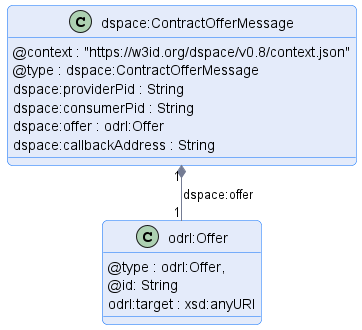
This is negotiation/message/diagram/contract-offer-message.png from International-Data-Spaces-Association/ids-specification, a PlantUML export, as it was before one commit.
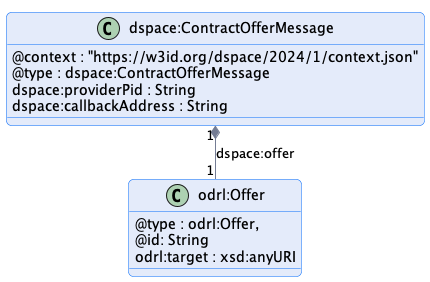
Above is the later version.

Change to the diagram source:
```diff
@@ -7,11 +7,9 @@
 
 
 class "dspace:ContractOfferMessage" {
-    @context : "https://w3id.org/dspace/v0.8/context.json"
+    @context : "https://w3id.org/dspace/2024/1/context.json"
     @type : dspace:ContractOfferMessage
     dspace:providerPid : String
-    dspace:consumerPid : String
-    dspace:offer : odrl:Offer
     dspace:callbackAddress : String
 }
 
```
